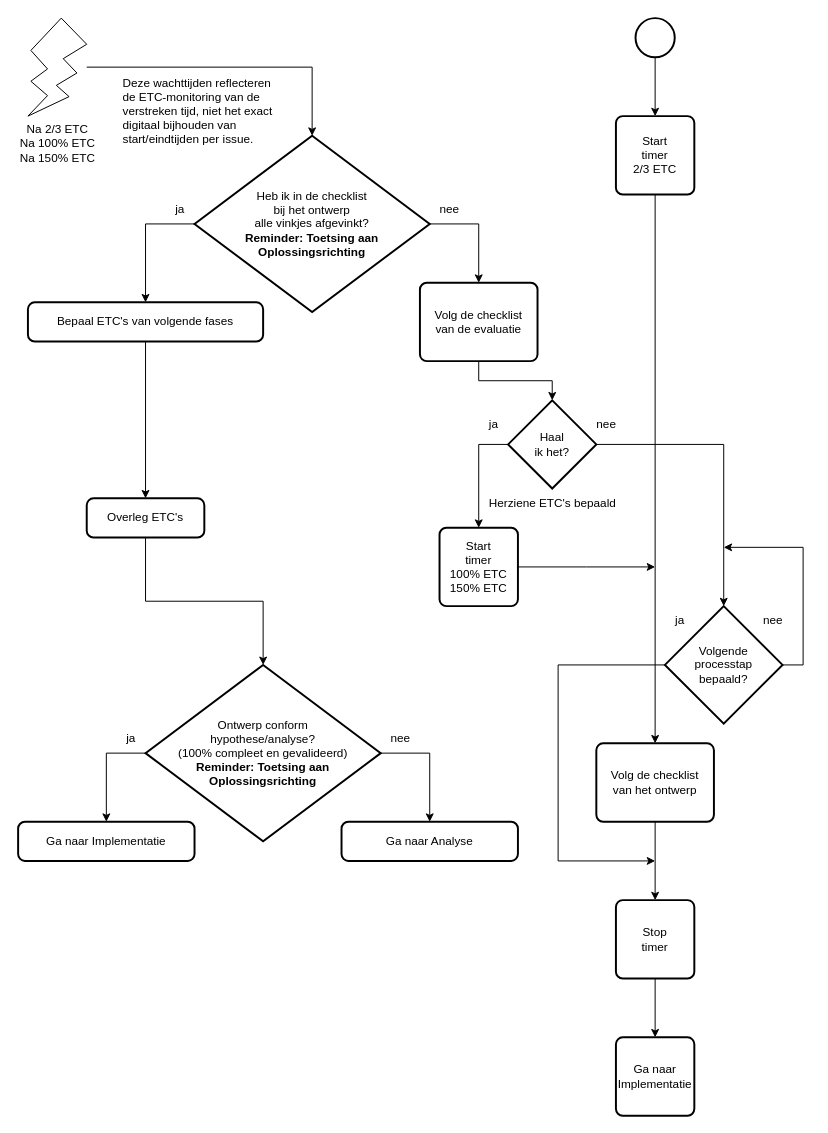
Above: 3 Issue Tracker ontwerp.drawio in Zaibatsu89/IssueTracker (draw.io), before the change. Source tidied: cells renumbered, new cells numbered last; positions are measured from the earlier drawing's top-left corner, leaving out a move shared by most shapes. Both pictures are drawn from the tidied source at 98%, with x=0, y=0 at pixel (18, 18).
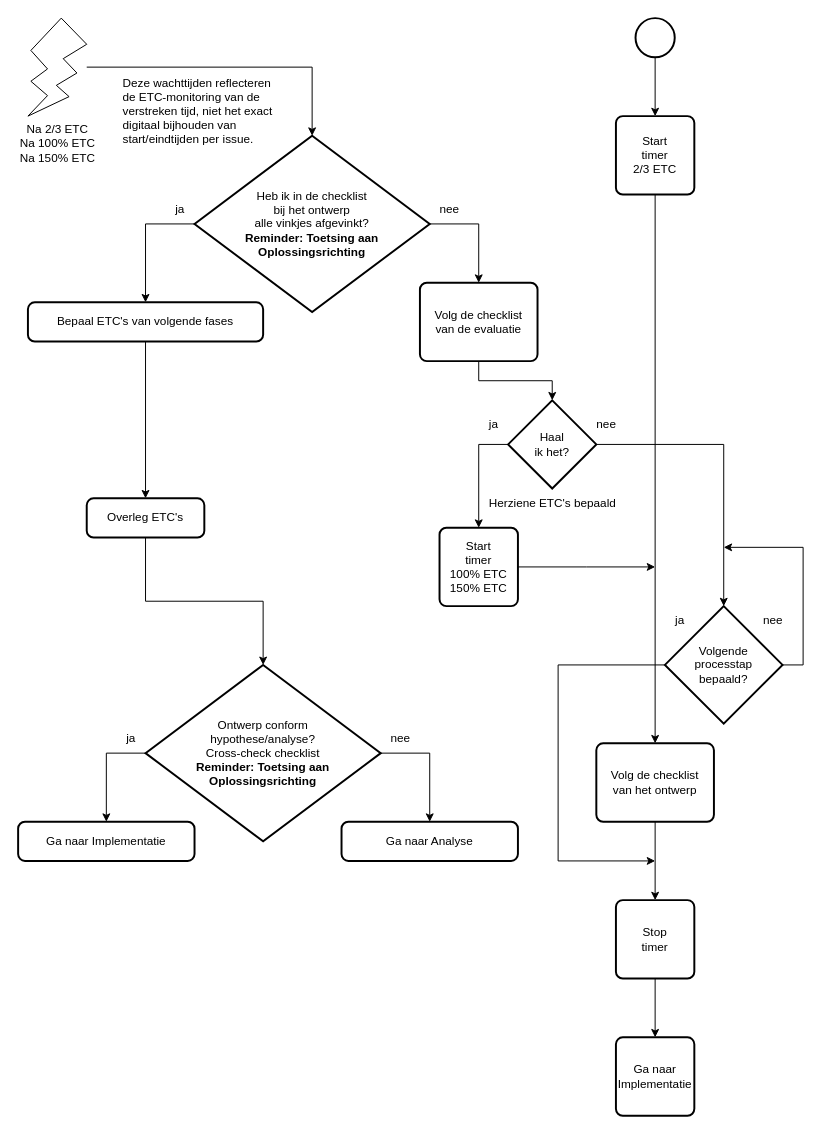
The same diagram, later.

Commit message (it also covers changes not shown here):
Vervang "(100% compleet en gevalideerd)" door "Cross-check checklist" in flowcharts

The edit, as a diff of the source:
```diff
@@
-    <mxCell id="14" value="Ontwerp conform&lt;br&gt;hypothese/analyse?&lt;br&gt;(100% compleet en gevalideerd)&lt;br&gt;&lt;b&gt;Reminder: Toetsing aan Oplossingsrichting&lt;/b&gt;" style="strokeWidth=2;html=1;shape=mxgraph.flowchart.decision;whiteSpace=wrap;" parent="1" vertex="1">
+    <mxCell id="14" value="Ontwerp conform&lt;br&gt;hypothese/analyse?&lt;br&gt;Cross-check checklist&lt;br&gt;&lt;b&gt;Reminder: Toetsing aan Oplossingsrichting&lt;/b&gt;" style="strokeWidth=2;html=1;shape=mxgraph.flowchart.decision;whiteSpace=wrap;" parent="1" vertex="1">
       <mxGeometry x="130" y="660" width="240" height="180" as="geometry" />
     </mxCell>
```
